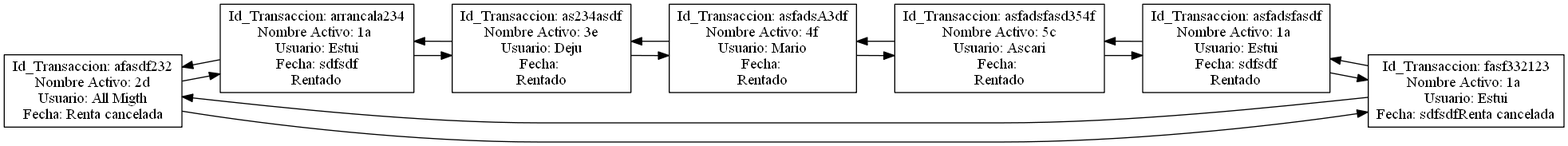
Before: Transacciones.png, a diagram exported from Graphviz (MEFM/SistemaDeRentas). Its source is kept beside it as Transacciones.dot.
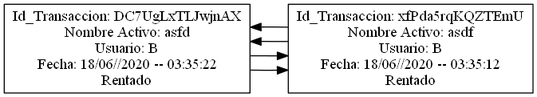
Above is the later version.

Change to the diagram source:
```diff
@@ -1,51 +1,18 @@
 digraph a{
 rankdir = LR
 node[shape = rectangle]
-X00DEC0D0[label = "Id_Transaccion: afasdf232
-Nombre Activo: 2d
-Usuario: All Migth
-Fecha: Renta cancelada"]
-X00DEBF30[label = "Id_Transaccion: arrancala234
-Nombre Activo: 1a
-Usuario: Estui
-Fecha: sdfsdf
+X01074C38[label = "Id_Transaccion: DC7UgLxTLJwjnAX
+Nombre Activo: asfd
+Usuario: B
+Fecha: 18/06//2020 -- 03:35:22
 Rentado"]
-X00DEC1A0[label = "Id_Transaccion: as234asdf
-Nombre Activo: 3e
-Usuario: Deju
-Fecha:
+X01074B68[label = "Id_Transaccion: xfPda5rqKQZTEmU
+Nombre Activo: asdf
+Usuario: B
+Fecha: 18/06//2020 -- 03:35:12
 Rentado"]
-X00DEC270[label = "Id_Transaccion: asfadsA3df
-Nombre Activo: 4f
-Usuario: Mario
-Fecha:
-Rentado"]
-X00DEC340[label = "Id_Transaccion: asfadsfasd354f
-Nombre Activo: 5c
-Usuario: Ascari
-Fecha:
-Rentado"]
-X00DEBE60[label = "Id_Transaccion: asfadsfasdf
-Nombre Activo: 1a
-Usuario: Estui
-Fecha: sdfsdf
-Rentado"]
-X00DEC000[label = "Id_Transaccion: fasf332123
-Nombre Activo: 1a
-Usuario: Estui
-Fecha: sdfsdfRenta cancelada"]
-X00DEC0D0-> X00DEBF30
-X00DEC0D0-> X00DEC000
-X00DEBF30-> X00DEC1A0
-X00DEBF30-> X00DEC0D0
-X00DEC1A0-> X00DEC270
-X00DEC1A0-> X00DEBF30
-X00DEC270-> X00DEC340
-X00DEC270-> X00DEC1A0
-X00DEC340-> X00DEBE60
-X00DEC340-> X00DEC270
-X00DEBE60-> X00DEC000
-X00DEBE60-> X00DEC340
-X00DEC000-> X00DEC0D0
-X00DEC000-> X00DEBE60
+X01074C38-> X01074B68
+X01074C38-> X01074B68
+X01074B68-> X01074C38
+X01074B68-> X01074C38
 }
```
